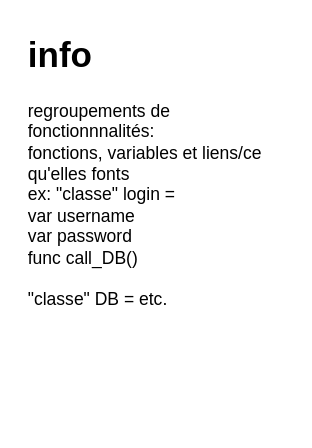
This is _temp/Classes.drawio from Loic-Rodrigue-Gauthier/inkreate, a draw.io file, before an edit. Source tidied: cells renumbered, new cells numbered last; positions are measured from the earlier drawing's top-left corner, leaving out a move shared by most shapes. Both pictures are drawn from the tidied source at 146%, with x=0, y=0 at pixel (25, 25).
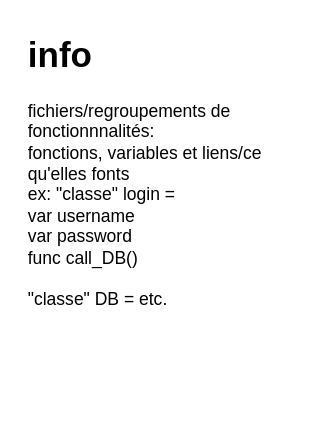
After the change.

Diff of the diagram source:
```diff
@@
 <mxGraphModel>
   <root>
     <mxCell id="0" />
     <mxCell id="1" parent="0" />
-    <mxCell id="2" value="&lt;h1 style=&quot;margin-top: 0px;&quot;&gt;info&lt;/h1&gt;&lt;p&gt;regroupements de fonctionnnalités:&lt;br&gt;fonctions, variables et liens/ce qu'elles fonts&lt;br&gt;ex: &quot;classe&quot; login =&lt;br&gt;var username&lt;br&gt;var password&lt;br&gt;func call_DB()&lt;br&gt;&lt;br&gt;&quot;classe&quot; DB = etc.&lt;/p&gt;" style="text;html=1;whiteSpace=wrap;overflow=hidden;rounded=0;" parent="1" vertex="1">
+    <mxCell id="2" value="&lt;h1 style=&quot;margin-top: 0px;&quot;&gt;info&lt;/h1&gt;&lt;p&gt;fichiers/regroupements de fonctionnnalités:&lt;br&gt;fonctions, variables et liens/ce qu'elles fonts&lt;br&gt;ex: &quot;classe&quot; login =&lt;br&gt;var username&lt;br&gt;var password&lt;br&gt;func call_DB()&lt;br&gt;&lt;br&gt;&quot;classe&quot; DB = etc.&lt;/p&gt;" style="text;html=1;whiteSpace=wrap;overflow=hidden;rounded=0;" parent="1" vertex="1">
       <mxGeometry width="180" height="270" as="geometry" />
     </mxCell>
   </root>
 </mxGraphModel>
```
